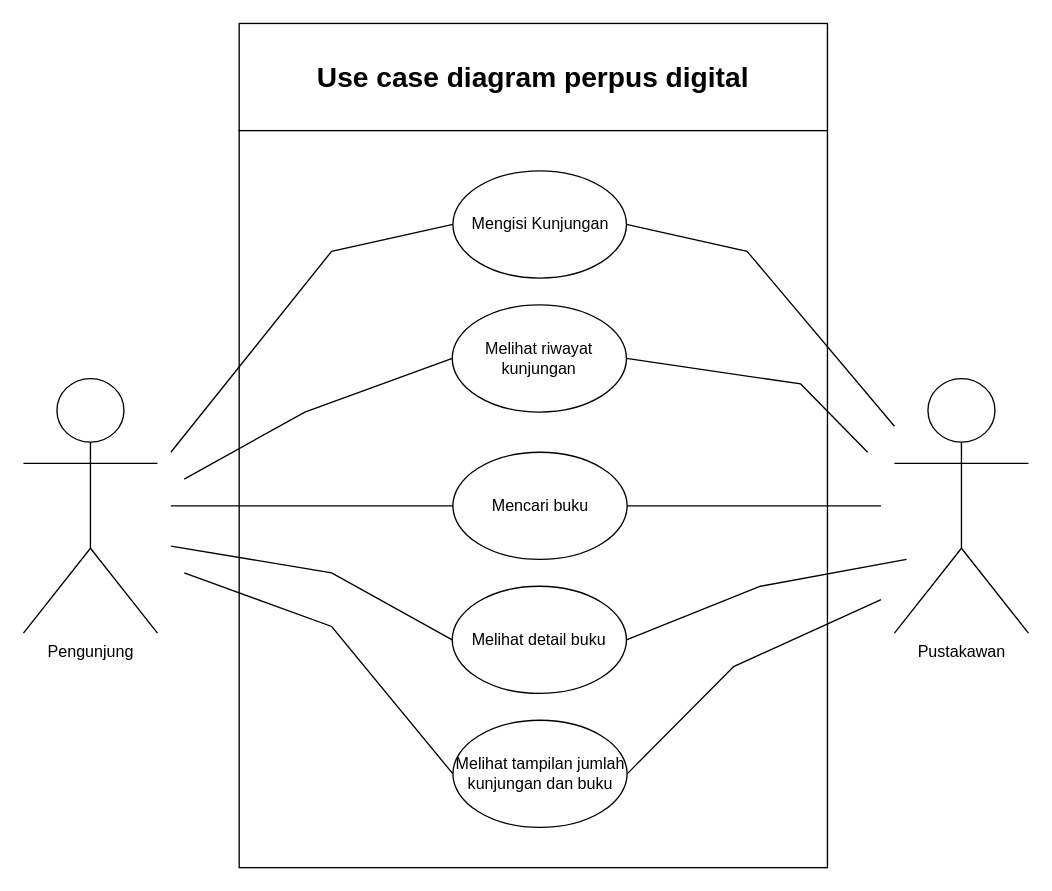
Above: Use Case-diagram.drawio in Fanikarina/Project-TeFa (draw.io), before the change. Source tidied: cells renumbered, new cells numbered last; positions are measured from the earlier drawing's top-left corner, leaving out a move shared by most shapes. Both pictures are drawn from the tidied source at 134%, with x=0, y=0 at pixel (23, 23).
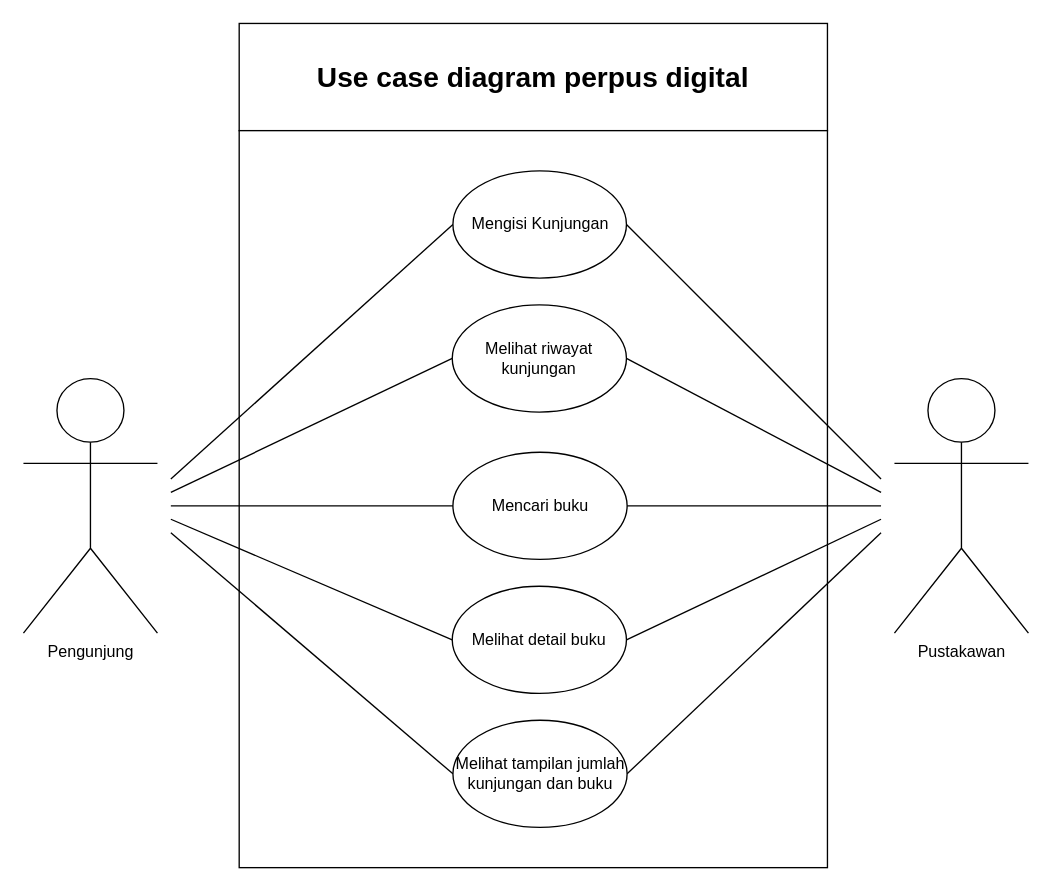
The same page after the edit.

The change refers to these unchanged cells:
```xml
<mxCell id="5" value="Pustakawan" style="shape=umlActor;verticalLabelPosition=bottom;verticalAlign=top;html=1;outlineConnect=0;" parent="1" vertex="1">
  <mxGeometry x="650" y="265" width="100" height="190" as="geometry" />
</mxCell>
<mxCell id="6" value="Mengisi Kunjungan" style="ellipse;whiteSpace=wrap;html=1;" parent="1" vertex="1">
  <mxGeometry x="320.5" y="110" width="129.5" height="80" as="geometry" />
</mxCell>
<mxCell id="7" value="Melihat riwayat kunjungan" style="ellipse;whiteSpace=wrap;html=1;" parent="1" vertex="1">
  <mxGeometry x="320" y="210" width="130" height="80" as="geometry" />
</mxCell>
<mxCell id="9" value="Melihat detail buku" style="ellipse;whiteSpace=wrap;html=1;" parent="1" vertex="1">
  <mxGeometry x="320" y="420" width="130" height="80" as="geometry" />
</mxCell>
<mxCell id="10" value="Melihat tampilan jumlah kunjungan dan buku" style="ellipse;whiteSpace=wrap;html=1;" parent="1" vertex="1">
  <mxGeometry x="320.5" y="520" width="130" height="80" as="geometry" />
</mxCell>
```

Diff of the diagram source:
```diff
@@
-    <mxCell id="11" style="endArrow=none;html=1;rounded=0;entryX=0;entryY=0.5;entryDx=0;entryDy=0;" parent="1" edge="1" target="6">
-      <mxGeometry relative="1" as="geometry">
-        <mxPoint x="110" y="320" as="sourcePoint" />
-        <Array as="points">
-          <mxPoint x="230" y="170" />
-        </Array>
-      </mxGeometry>
-    </mxCell>
-    <mxCell id="12" style="endArrow=none;html=1;rounded=0;entryX=0;entryY=0.5;entryDx=0;entryDy=0;" parent="1" edge="1" target="7">
-      <mxGeometry relative="1" as="geometry">
-        <mxPoint x="120" y="340" as="sourcePoint" />
-        <Array as="points">
-          <mxPoint x="210" y="290" />
-        </Array>
-      </mxGeometry>
-    </mxCell>
@@
-    <mxCell id="14" style="endArrow=none;html=1;rounded=0;entryX=0;entryY=0.5;entryDx=0;entryDy=0;" parent="1" edge="1" target="9">
-      <mxGeometry relative="1" as="geometry">
-        <mxPoint x="110" y="390" as="sourcePoint" />
-        <Array as="points">
-          <mxPoint x="230" y="410" />
-        </Array>
-      </mxGeometry>
-    </mxCell>
-    <mxCell id="15" style="endArrow=none;html=1;rounded=0;entryX=0;entryY=0.5;entryDx=0;entryDy=0;" parent="1" edge="1" target="10">
-      <mxGeometry relative="1" as="geometry">
-        <mxPoint x="120" y="410" as="sourcePoint" />
-        <Array as="points">
-          <mxPoint x="230" y="450" />
-        </Array>
-      </mxGeometry>
-    </mxCell>
-    <mxCell id="16" style="endArrow=none;html=1;rounded=0;entryX=1;entryY=0.5;entryDx=0;entryDy=0;" parent="1" edge="1" source="5" target="6">
-      <mxGeometry relative="1" as="geometry">
-        <Array as="points">
-          <mxPoint x="540" y="170" />
-        </Array>
-      </mxGeometry>
-    </mxCell>
-    <mxCell id="17" style="endArrow=none;html=1;rounded=0;entryX=1;entryY=0.5;entryDx=0;entryDy=0;" parent="1" edge="1" target="7">
-      <mxGeometry relative="1" as="geometry">
-        <mxPoint x="630" y="320" as="sourcePoint" />
-        <Array as="points">
-          <mxPoint x="580" y="269" />
-        </Array>
-      </mxGeometry>
-    </mxCell>
@@
-    <mxCell id="19" style="endArrow=none;html=1;rounded=0;entryX=1;entryY=0.5;entryDx=0;entryDy=0;" parent="1" edge="1" target="9">
-      <mxGeometry relative="1" as="geometry">
-        <mxPoint x="659" y="400" as="sourcePoint" />
-        <Array as="points">
-          <mxPoint x="550" y="420" />
-        </Array>
-      </mxGeometry>
-    </mxCell>
-    <mxCell id="20" style="endArrow=none;html=1;rounded=0;entryX=1;entryY=0.5;entryDx=0;entryDy=0;" parent="1" edge="1" target="10">
-      <mxGeometry relative="1" as="geometry">
-        <mxPoint x="640" y="430" as="sourcePoint" />
-        <Array as="points">
-          <mxPoint x="530" y="480" />
-        </Array>
-      </mxGeometry>
-    </mxCell>
+    <mxCell id="21" style="endArrow=none;html=1;rounded=0;entryX=0;entryY=0.5;entryDx=0;entryDy=0;" parent="1" edge="1" target="6">
+      <mxGeometry relative="1" as="geometry">
+        <mxPoint x="110" y="340" as="sourcePoint" />
+      </mxGeometry>
+    </mxCell>
+    <mxCell id="22" style="endArrow=none;html=1;rounded=0;entryX=0;entryY=0.5;entryDx=0;entryDy=0;" parent="1" edge="1" target="7">
+      <mxGeometry relative="1" as="geometry">
+        <mxPoint x="110" y="350" as="sourcePoint" />
+      </mxGeometry>
+    </mxCell>
+    <mxCell id="23" style="endArrow=none;html=1;rounded=0;entryX=0;entryY=0.5;entryDx=0;entryDy=0;" parent="1" edge="1" target="9">
+      <mxGeometry relative="1" as="geometry">
+        <mxPoint x="110" y="370" as="sourcePoint" />
+      </mxGeometry>
+    </mxCell>
+    <mxCell id="24" style="endArrow=none;html=1;rounded=0;entryX=0;entryY=0.5;entryDx=0;entryDy=0;" parent="1" edge="1" target="10">
+      <mxGeometry relative="1" as="geometry">
+        <mxPoint x="110" y="380" as="sourcePoint" />
+      </mxGeometry>
+    </mxCell>
+    <mxCell id="25" style="endArrow=none;html=1;rounded=0;entryX=1;entryY=0.5;entryDx=0;entryDy=0;" parent="1" edge="1" target="6">
+      <mxGeometry relative="1" as="geometry">
+        <mxPoint x="640" y="340" as="sourcePoint" />
+      </mxGeometry>
+    </mxCell>
+    <mxCell id="26" style="endArrow=none;html=1;rounded=0;entryX=1;entryY=0.5;entryDx=0;entryDy=0;" parent="1" edge="1" target="7">
+      <mxGeometry relative="1" as="geometry">
+        <mxPoint x="640" y="350" as="sourcePoint" />
+      </mxGeometry>
+    </mxCell>
+    <mxCell id="27" style="endArrow=none;html=1;rounded=0;entryX=1;entryY=0.5;entryDx=0;entryDy=0;" parent="1" edge="1" target="9">
+      <mxGeometry relative="1" as="geometry">
+        <mxPoint x="640" y="370" as="sourcePoint" />
+      </mxGeometry>
+    </mxCell>
+    <mxCell id="28" style="endArrow=none;html=1;rounded=0;entryX=1;entryY=0.5;entryDx=0;entryDy=0;" parent="1" edge="1" target="10">
+      <mxGeometry relative="1" as="geometry">
+        <mxPoint x="640" y="380" as="sourcePoint" />
+      </mxGeometry>
+    </mxCell>
```
